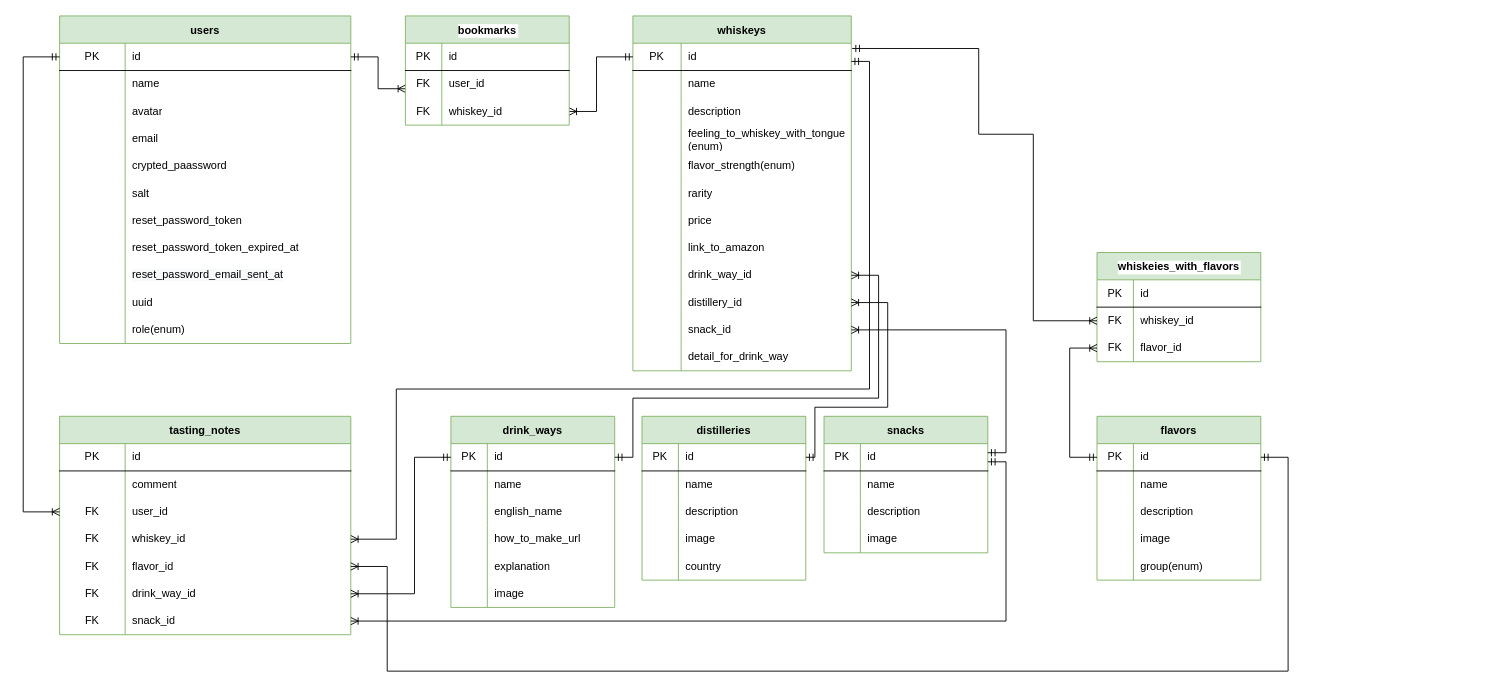
Earlier version of the draw.io diagram erd.drawio (tarakish/whiskey_database). Source tidied: cells renumbered, new cells numbered last; positions are measured from the earlier drawing's top-left corner, leaving out a move shared by most shapes. Both pictures are drawn from the tidied source at 91%, with x=0, y=0 at pixel (23, 15).
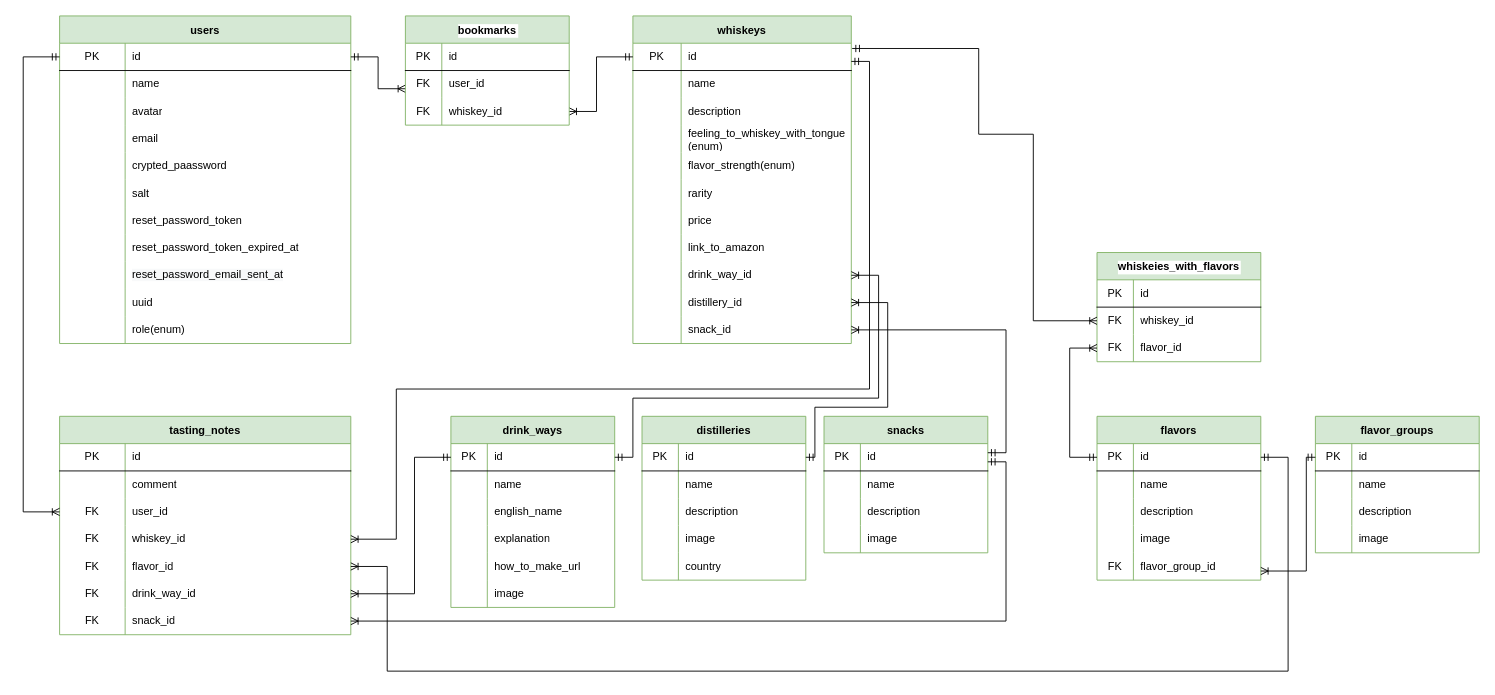
The same page after the edit.

Commit message (it also covers changes not shown here):
Fix: ER図ファイルの修正

The change refers to these unchanged cells:
```xml
<mxCell id="50" style="shape=partialRectangle;html=1;whiteSpace=wrap;fillColor=none;top=0;left=0;bottom=0;right=0;" parent="37" vertex="1">
  <mxGeometry y="150" width="180" height="30" as="geometry" />
</mxCell>
<mxCell id="91" value="drink_ways" style="shape=table;startSize=30;childLayout=tableLayout;rowLines=0;fontStyle=1;align=center;fillColor=#d5e8d4;strokeColor=#82b366;" parent="1" vertex="1">
  <mxGeometry x="470" y="440" width="180" height="210" as="geometry" />
</mxCell>
```

Diff of the diagram source:
```diff
@@
-    <mxCell id="51" style="shape=partialRectangle;html=1;whiteSpace=wrap;fillColor=none;top=0;left=0;bottom=0;right=0;overflow=hidden;" parent="50" vertex="1">
+    <mxCell id="51" value="FK" style="shape=partialRectangle;html=1;whiteSpace=wrap;fillColor=none;top=0;left=0;bottom=0;right=0;overflow=hidden;" parent="50" vertex="1">
       <mxGeometry width="40" height="30" as="geometry" />
     </mxCell>
-    <mxCell id="52" value="group(enum)" style="shape=partialRectangle;html=1;whiteSpace=wrap;fillColor=none;top=0;left=0;bottom=0;right=0;align=left;spacingLeft=6;overflow=hidden;" parent="50" vertex="1">
+    <mxCell id="52" value="flavor_group_id" style="shape=partialRectangle;html=1;whiteSpace=wrap;fillColor=none;top=0;left=0;bottom=0;right=0;align=left;spacingLeft=6;overflow=hidden;" parent="50" vertex="1">
       <mxGeometry x="40" width="140" height="30" as="geometry" />
     </mxCell>
     <mxCell id="53" value="whiskeys" style="shape=table;startSize=30;childLayout=tableLayout;rowLines=0;fontStyle=1;align=center;fillColor=#d5e8d4;strokeColor=#82b366;" parent="1" vertex="1">
-      <mxGeometry x="670" width="240" height="390" as="geometry" />
+      <mxGeometry x="670" width="240" height="360" as="geometry" />
     </mxCell>
@@
-    <mxCell id="87" style="shape=partialRectangle;html=1;whiteSpace=wrap;fillColor=none;top=0;left=0;bottom=0;right=0;" parent="53" vertex="1">
-      <mxGeometry y="360" width="240" height="30" as="geometry" />
-    </mxCell>
-    <mxCell id="88" style="shape=partialRectangle;html=1;whiteSpace=wrap;fillColor=none;top=0;left=0;bottom=0;right=0;overflow=hidden;" parent="87" vertex="1">
-      <mxGeometry width="53" height="30" as="geometry" />
-    </mxCell>
-    <mxCell id="89" value="detail_for_drink_way" style="shape=partialRectangle;html=1;whiteSpace=wrap;fillColor=none;top=0;left=0;bottom=0;right=0;align=left;spacingLeft=6;overflow=hidden;" parent="87" vertex="1">
-      <mxGeometry x="53" width="187" height="30" as="geometry" />
-    </mxCell>
@@
+    <mxCell id="104" style="shape=partialRectangle;html=1;whiteSpace=wrap;fillColor=none;top=0;left=0;bottom=0;right=0;" parent="91" vertex="1">
+      <mxGeometry y="120" width="180" height="30" as="geometry" />
+    </mxCell>
+    <mxCell id="105" style="shape=partialRectangle;html=1;whiteSpace=wrap;fillColor=none;top=0;left=0;bottom=0;right=0;overflow=hidden;" parent="104" vertex="1">
+      <mxGeometry width="40" height="30" as="geometry" />
+    </mxCell>
+    <mxCell id="106" value="explanation" style="shape=partialRectangle;html=1;whiteSpace=wrap;fillColor=none;top=0;left=0;bottom=0;right=0;align=left;spacingLeft=6;overflow=hidden;" parent="104" vertex="1">
+      <mxGeometry x="40" width="140" height="30" as="geometry" />
+    </mxCell>
     <mxCell id="101" style="shape=partialRectangle;html=1;whiteSpace=wrap;fillColor=none;top=0;left=0;bottom=0;right=0;" parent="91" vertex="1">
-      <mxGeometry y="120" width="180" height="30" as="geometry" />
+      <mxGeometry y="150" width="180" height="30" as="geometry" />
     </mxCell>
@@
-    <mxCell id="104" style="shape=partialRectangle;html=1;whiteSpace=wrap;fillColor=none;top=0;left=0;bottom=0;right=0;" parent="91" vertex="1">
-      <mxGeometry y="150" width="180" height="30" as="geometry" />
-    </mxCell>
-    <mxCell id="105" style="shape=partialRectangle;html=1;whiteSpace=wrap;fillColor=none;top=0;left=0;bottom=0;right=0;overflow=hidden;" parent="104" vertex="1">
-      <mxGeometry width="40" height="30" as="geometry" />
-    </mxCell>
-    <mxCell id="106" value="explanation" style="shape=partialRectangle;html=1;whiteSpace=wrap;fillColor=none;top=0;left=0;bottom=0;right=0;align=left;spacingLeft=6;overflow=hidden;" parent="104" vertex="1">
-      <mxGeometry x="40" width="140" height="30" as="geometry" />
-    </mxCell>
@@
+    <mxCell id="191" value="flavor_groups" style="shape=table;startSize=30;childLayout=tableLayout;rowLines=0;fontStyle=1;align=center;fillColor=#d5e8d4;strokeColor=#82b366;" parent="1" vertex="1">
+      <mxGeometry x="1420" y="440" width="180" height="150" as="geometry" />
+    </mxCell>
+    <mxCell id="192" style="shape=partialRectangle;html=1;whiteSpace=wrap;fillColor=none;top=0;left=0;bottom=1;right=0;" parent="191" vertex="1">
+      <mxGeometry y="30" width="180" height="30" as="geometry" />
+    </mxCell>
+    <mxCell id="193" value="PK" style="shape=partialRectangle;html=1;whiteSpace=wrap;fillColor=none;top=0;left=0;bottom=0;right=0;overflow=hidden;" parent="192" vertex="1">
+      <mxGeometry width="40" height="30" as="geometry" />
+    </mxCell>
+    <mxCell id="194" value="id" style="shape=partialRectangle;html=1;whiteSpace=wrap;fillColor=none;top=0;left=0;bottom=0;right=0;align=left;spacingLeft=6;overflow=hidden;" parent="192" vertex="1">
+      <mxGeometry x="40" width="140" height="30" as="geometry" />
+    </mxCell>
+    <mxCell id="195" style="shape=partialRectangle;html=1;whiteSpace=wrap;fillColor=none;top=0;left=0;bottom=0;right=0;" parent="191" vertex="1">
+      <mxGeometry y="60" width="180" height="30" as="geometry" />
+    </mxCell>
+    <mxCell id="196" style="shape=partialRectangle;html=1;whiteSpace=wrap;fillColor=none;top=0;left=0;bottom=0;right=0;overflow=hidden;" parent="195" vertex="1">
+      <mxGeometry width="40" height="30" as="geometry" />
+    </mxCell>
+    <mxCell id="197" value="name" style="shape=partialRectangle;html=1;whiteSpace=wrap;fillColor=none;top=0;left=0;bottom=0;right=0;align=left;spacingLeft=6;overflow=hidden;" parent="195" vertex="1">
+      <mxGeometry x="40" width="140" height="30" as="geometry" />
+    </mxCell>
+    <mxCell id="198" style="shape=partialRectangle;html=1;whiteSpace=wrap;fillColor=none;top=0;left=0;bottom=0;right=0;" parent="191" vertex="1">
+      <mxGeometry y="90" width="180" height="30" as="geometry" />
+    </mxCell>
+    <mxCell id="199" style="shape=partialRectangle;html=1;whiteSpace=wrap;fillColor=none;top=0;left=0;bottom=0;right=0;overflow=hidden;" parent="198" vertex="1">
+      <mxGeometry width="40" height="30" as="geometry" />
+    </mxCell>
+    <mxCell id="200" value="description" style="shape=partialRectangle;html=1;whiteSpace=wrap;fillColor=none;top=0;left=0;bottom=0;right=0;align=left;spacingLeft=6;overflow=hidden;" parent="198" vertex="1">
+      <mxGeometry x="40" width="140" height="30" as="geometry" />
+    </mxCell>
+    <mxCell id="201" style="shape=partialRectangle;html=1;whiteSpace=wrap;fillColor=none;top=0;left=0;bottom=0;right=0;" parent="191" vertex="1">
+      <mxGeometry y="120" width="180" height="30" as="geometry" />
+    </mxCell>
+    <mxCell id="202" style="shape=partialRectangle;html=1;whiteSpace=wrap;fillColor=none;top=0;left=0;bottom=0;right=0;overflow=hidden;" parent="201" vertex="1">
+      <mxGeometry width="40" height="30" as="geometry" />
+    </mxCell>
+    <mxCell id="203" value="image" style="shape=partialRectangle;html=1;whiteSpace=wrap;fillColor=none;top=0;left=0;bottom=0;right=0;align=left;spacingLeft=6;overflow=hidden;" parent="201" vertex="1">
+      <mxGeometry x="40" width="140" height="30" as="geometry" />
+    </mxCell>
+    <mxCell id="204" style="edgeStyle=orthogonalEdgeStyle;fontSize=12;html=1;endArrow=ERoneToMany;startArrow=ERmandOne;rounded=0;" parent="1" edge="1">
+      <mxGeometry relative="1" as="geometry">
+        <mxPoint x="1420" y="485" as="sourcePoint" />
+        <mxPoint x="1360" y="610" as="targetPoint" />
+        <Array as="points">
+          <mxPoint x="1410" y="485" />
+          <mxPoint x="1410" y="610" />
+        </Array>
+      </mxGeometry>
+    </mxCell>
```
